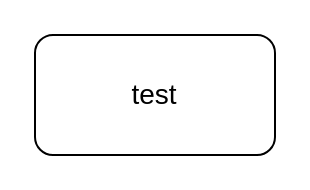
Earlier version of the draw.io diagram Untitled Diagram.drawio (twjiang/tianwen-draw.io). Source tidied: cells renumbered, new cells numbered last; positions are measured from the earlier drawing's top-left corner, leaving out a move shared by most shapes. Both pictures are drawn from the tidied source at 200%, with x=0, y=0 at pixel (34, 34).
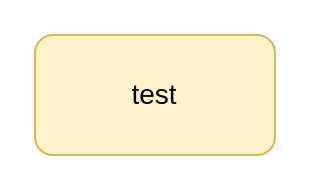
After the change.

What changed in the source:
```diff
@@
 <mxGraphModel>
   <root>
     <mxCell id="0" />
     <mxCell id="1" parent="0" />
-    <mxCell id="2" value="test" style="rounded=1;whiteSpace=wrap;html=1;fontSize=14;" parent="1" vertex="1">
+    <mxCell id="2" value="test" style="rounded=1;whiteSpace=wrap;html=1;fontSize=14;fillColor=#fff2cc;strokeColor=#d6b656;" parent="1" vertex="1">
       <mxGeometry width="120" height="60" as="geometry" />
     </mxCell>
   </root>
 </mxGraphModel>
```
